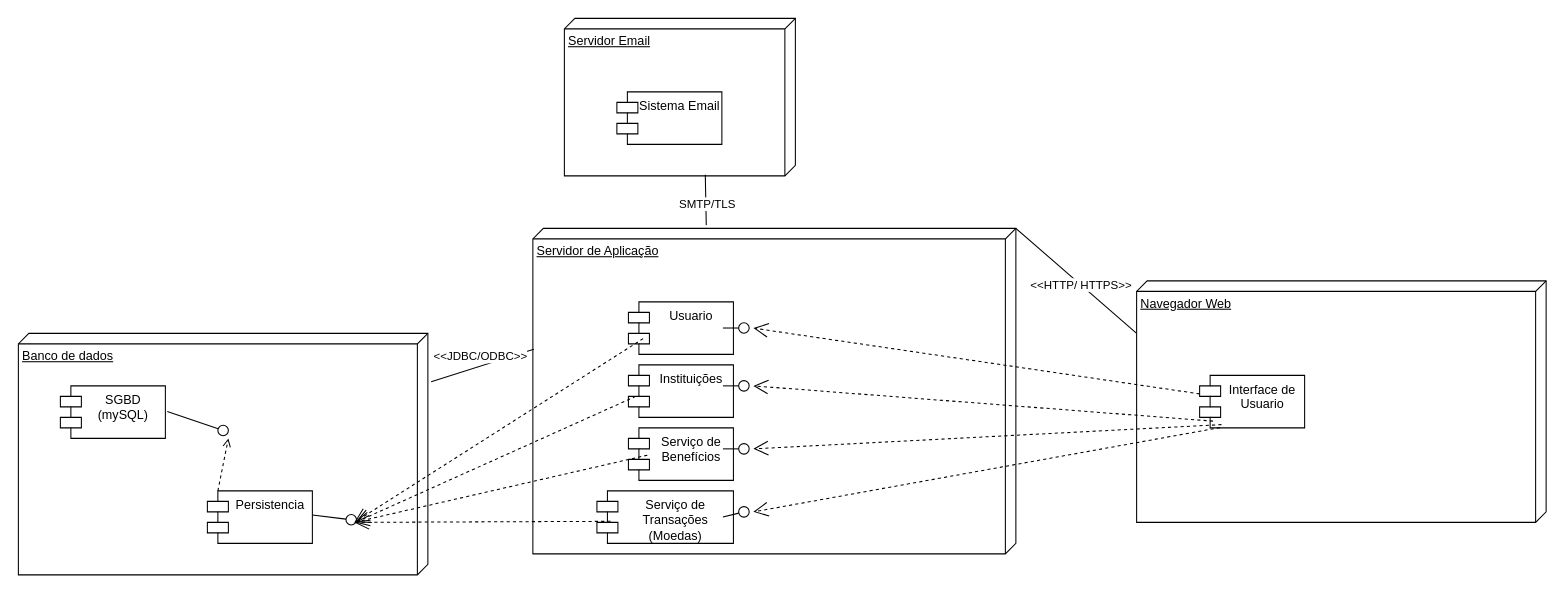
This is projeto/DiagramaDeImplantacao.drawio from Puc-Minas-activities-organization/Sistema-de-Moeda-Estudantil, a draw.io file, before an edit. Source tidied: cells renumbered, new cells numbered last; positions are measured from the earlier drawing's top-left corner, leaving out a move shared by most shapes. Both pictures are drawn from the tidied source at 105%, with x=0, y=0 at pixel (18, 18).
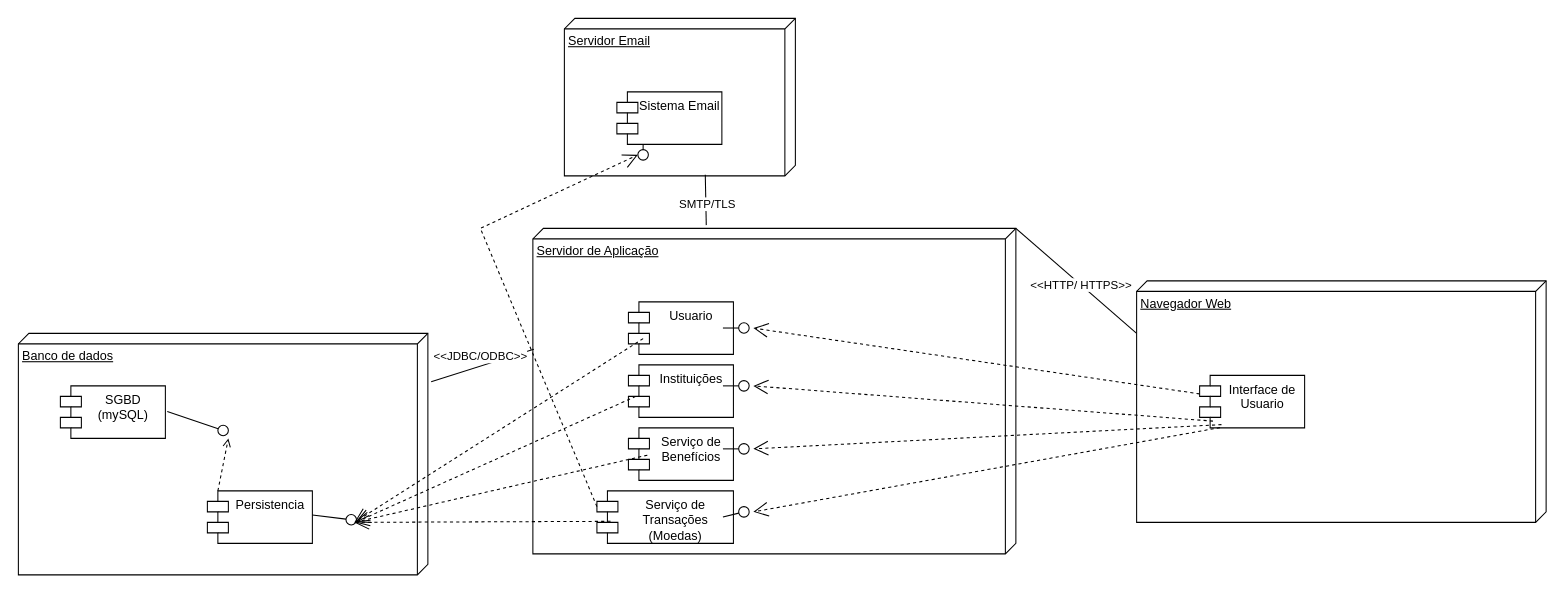
Above is the later version.

The change refers to these unchanged cells:
```xml
<mxCell id="15" value="Serviço de Transações (Moedas)" style="shape=module;align=left;spacingLeft=20;align=center;verticalAlign=top;whiteSpace=wrap;html=1;" parent="13" vertex="1">
  <mxGeometry y="180" width="130" height="50" as="geometry" />
</mxCell>
<mxCell id="25" value="Sistema Email" style="shape=module;align=left;spacingLeft=20;align=center;verticalAlign=top;whiteSpace=wrap;html=1;" parent="1" vertex="1">
  <mxGeometry x="570" y="70" width="100" height="50" as="geometry" />
</mxCell>
```

Diff of the diagram source:
```diff
@@
+    <mxCell id="43" style="endArrow=open;endSize=12;dashed=1;html=1;rounded=0;exitX=0;exitY=0;exitDx=0;exitDy=15;exitPerimeter=0;" parent="1" edge="1" source="15">
+      <mxGeometry relative="1" as="geometry">
+        <mxPoint x="590" y="130" as="targetPoint" />
+        <Array as="points">
+          <mxPoint x="440" y="200" />
+        </Array>
+      </mxGeometry>
+    </mxCell>
+    <mxCell id="44" style="rounded=0;jettySize=auto;html=1;endArrow=oval;endFill=0;sketch=0;sourcePerimeterSpacing=0;targetPerimeterSpacing=0;endSize=10;strokeWidth=1;startSize=15;exitX=0.25;exitY=1;exitDx=0;exitDy=0;" parent="1" edge="1" source="25">
+      <mxGeometry relative="1" as="geometry">
+        <mxPoint x="595" y="130" as="targetPoint" />
+      </mxGeometry>
+    </mxCell>
```
